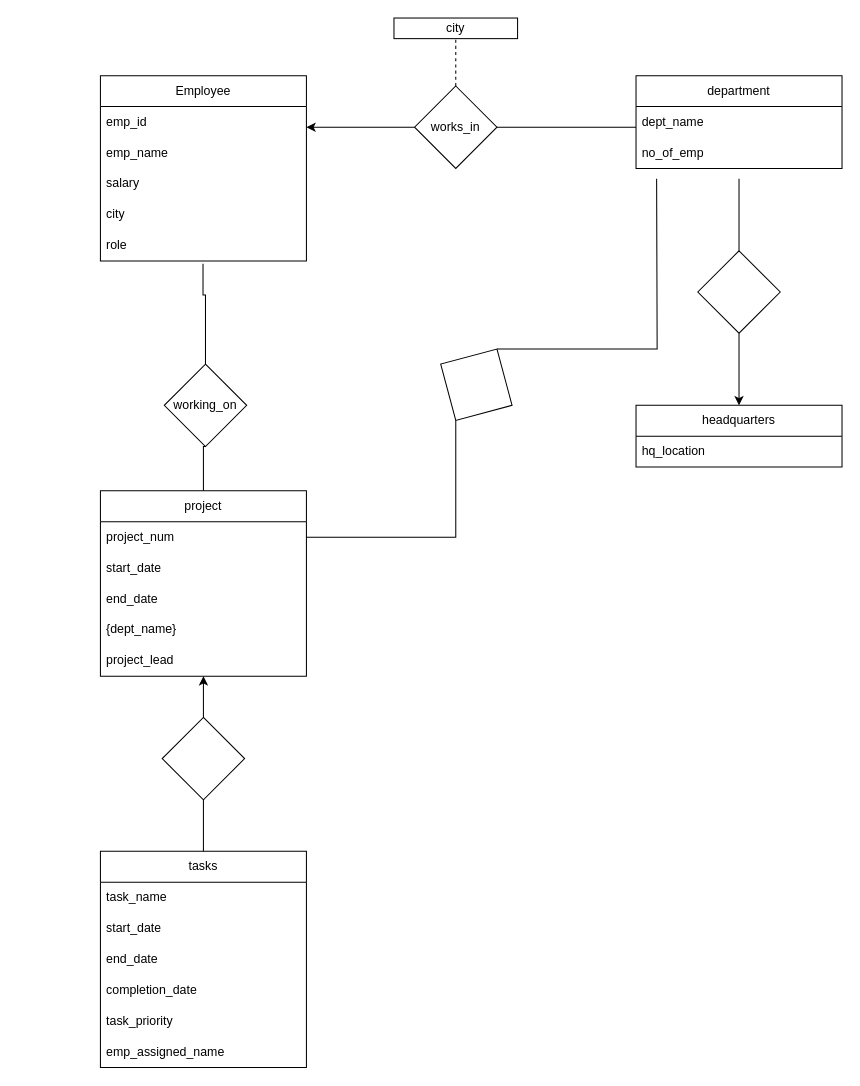
The draw.io diagram Untitled Diagram.drawio in haris-hk/Database-ERD, before the edit. Source tidied: cells renumbered, new cells numbered last; positions are measured from the earlier drawing's top-left corner, leaving out a move shared by most shapes. Both pictures are drawn from the tidied source at 103%, with x=0, y=0 at pixel (100, 18).
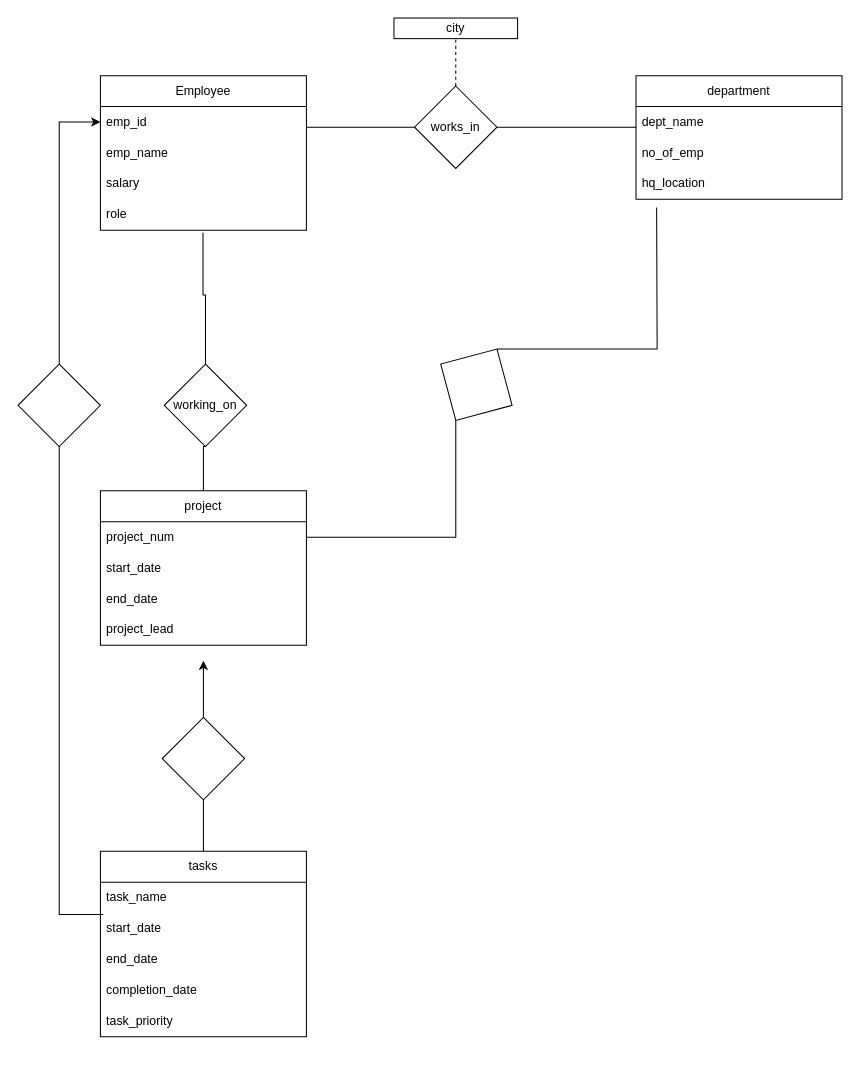
The same page after the edit.

Unchanged cells that the change refers to:
```xml
<mxCell id="3" value="emp_id" style="text;strokeColor=none;fillColor=none;align=left;verticalAlign=middle;spacingLeft=4;spacingRight=4;overflow=hidden;points=[[0,0.5],[1,0.5]];portConstraint=eastwest;whiteSpace=wrap;html=1;" parent="2" vertex="1">
  <mxGeometry y="30" width="200" height="30" as="geometry" />
</mxCell>
<mxCell id="20" value="task_name" style="text;strokeColor=none;fillColor=none;align=left;verticalAlign=middle;spacingLeft=4;spacingRight=4;overflow=hidden;points=[[0,0.5],[1,0.5]];portConstraint=eastwest;whiteSpace=wrap;html=1;" parent="19" vertex="1">
  <mxGeometry y="30" width="200" height="30" as="geometry" />
</mxCell>
<mxCell id="28" style="rhombus;whiteSpace=wrap;html=1;" parent="1" vertex="1">
  <mxGeometry x="60" y="679" width="80" height="80" as="geometry" />
</mxCell>
<mxCell id="34" value="works_in" style="rhombus;whiteSpace=wrap;html=1;" parent="1" vertex="1">
  <mxGeometry x="305" y="66" width="80" height="80" as="geometry" />
</mxCell>
<mxCell id="42" style="rhombus;whiteSpace=wrap;html=1;rotation=30;" parent="1" vertex="1">
  <mxGeometry x="325" y="316" width="80" height="80" as="geometry" />
</mxCell>
```

What changed in the source:
```diff
@@
     <mxCell id="2" value="Employee" style="swimlane;fontStyle=0;horizontal=1;startSize=30;whiteSpace=wrap;html=1;" parent="1" vertex="1">
-      <mxGeometry y="56" width="200" height="180" as="geometry" />
+      <mxGeometry y="56" width="200" height="150" as="geometry" />
     </mxCell>
@@
-    <mxCell id="6" value="city" style="text;strokeColor=none;fillColor=none;align=left;verticalAlign=middle;spacingLeft=4;spacingRight=4;overflow=hidden;whiteSpace=wrap;html=1;" parent="2" vertex="1">
-      <mxGeometry y="120" width="200" height="30" as="geometry" />
-    </mxCell>
     <mxCell id="7" value="role" style="text;strokeColor=none;fillColor=none;align=left;verticalAlign=middle;spacingLeft=4;spacingRight=4;overflow=hidden;points=[[0,0.5],[1,0.5]];portConstraint=eastwest;whiteSpace=wrap;html=1;" parent="2" vertex="1">
-      <mxGeometry y="150" width="200" height="30" as="geometry" />
+      <mxGeometry y="120" width="200" height="30" as="geometry" />
     </mxCell>
     <mxCell id="8" value="project" style="swimlane;fontStyle=0;horizontal=1;startSize=30;whiteSpace=wrap;html=1;" parent="1" vertex="1">
-      <mxGeometry y="459" width="200" height="180" as="geometry" />
+      <mxGeometry y="459" width="200" height="150" as="geometry" />
     </mxCell>
@@
-    <mxCell id="12" value="{dept_name}" style="text;strokeColor=none;fillColor=none;align=left;verticalAlign=middle;spacingLeft=4;spacingRight=4;overflow=hidden;whiteSpace=wrap;html=1;" parent="8" vertex="1">
-      <mxGeometry y="120" width="200" height="30" as="geometry" />
-    </mxCell>
     <mxCell id="13" value="project_lead" style="text;strokeColor=none;fillColor=none;align=left;verticalAlign=middle;spacingLeft=4;spacingRight=4;overflow=hidden;whiteSpace=wrap;html=1;" parent="8" vertex="1">
-      <mxGeometry y="150" width="200" height="30" as="geometry" />
+      <mxGeometry y="120" width="200" height="30" as="geometry" />
     </mxCell>
     <mxCell id="14" value="department" style="swimlane;fontStyle=0;horizontal=1;startSize=30;whiteSpace=wrap;html=1;" parent="1" vertex="1">
-      <mxGeometry x="520" y="56" width="200" height="90" as="geometry" />
+      <mxGeometry x="520" y="56" width="200" height="120" as="geometry" />
     </mxCell>
@@
-    <mxCell id="17" value="headquarters" style="swimlane;fontStyle=0;horizontal=1;startSize=30;whiteSpace=wrap;html=1;" parent="1" vertex="1">
-      <mxGeometry x="520" y="376" width="200" height="60" as="geometry" />
-    </mxCell>
-    <mxCell id="18" value="hq_location" style="text;strokeColor=none;fillColor=none;align=left;verticalAlign=middle;spacingLeft=4;spacingRight=4;overflow=hidden;whiteSpace=wrap;html=1;" parent="17" vertex="1">
-      <mxGeometry y="30" width="200" height="30" as="geometry" />
+    <mxCell id="18" value="hq_location" style="text;strokeColor=none;fillColor=none;align=left;verticalAlign=middle;spacingLeft=4;spacingRight=4;overflow=hidden;whiteSpace=wrap;html=1;" parent="14" vertex="1">
+      <mxGeometry y="90" width="200" height="30" as="geometry" />
     </mxCell>
     <mxCell id="19" value="tasks" style="swimlane;fontStyle=0;horizontal=1;startSize=30;whiteSpace=wrap;html=1;" parent="1" vertex="1">
-      <mxGeometry y="809" width="200" height="210" as="geometry" />
+      <mxGeometry y="809" width="200" height="180" as="geometry" />
     </mxCell>
@@
-    <mxCell id="25" value="emp_assigned_name" style="text;strokeColor=none;fillColor=none;align=left;verticalAlign=middle;spacingLeft=4;spacingRight=4;overflow=hidden;whiteSpace=wrap;html=1;" parent="19" vertex="1">
-      <mxGeometry y="180" width="200" height="30" as="geometry" />
-    </mxCell>
@@
     <mxCell id="27" style="edgeStyle=orthogonalEdgeStyle;rounded=0;jettySize=auto;html=1;exitX=0.5;exitY=0;exitDx=0;exitDy=0;" parent="1" edge="1" source="28">
       <mxGeometry relative="1" as="geometry">
-        <mxPoint x="100" y="639" as="targetPoint" />
+        <mxPoint x="100" y="624" as="targetPoint" />
       </mxGeometry>
     </mxCell>
@@
-    <mxCell id="35" style="edgeStyle=orthogonalEdgeStyle;rounded=0;jettySize=auto;html=1;exitX=0;exitY=0.5;exitDx=0;exitDy=0;" parent="1" edge="1" source="34">
+    <mxCell id="35" style="edgeStyle=orthogonalEdgeStyle;rounded=0;jettySize=auto;html=1;exitX=0;exitY=0.5;exitDx=0;exitDy=0;endArrow=none;endFill=0;" parent="1" edge="1" source="34">
       <mxGeometry relative="1" as="geometry">
         <mxPoint x="200" y="106" as="targetPoint" />
         <Array as="points">
           <mxPoint x="230" y="106" />
           <mxPoint x="230" y="106" />
         </Array>
       </mxGeometry>
     </mxCell>
-    <mxCell id="36" style="edgeStyle=orthogonalEdgeStyle;rounded=0;jettySize=auto;html=1;exitX=0.5;exitY=0;exitDx=0;exitDy=0;endArrow=none;endFill=0;" parent="1" edge="1" source="38">
-      <mxGeometry relative="1" as="geometry">
-        <mxPoint x="620" y="156" as="targetPoint" />
-      </mxGeometry>
-    </mxCell>
-    <mxCell id="37" style="edgeStyle=orthogonalEdgeStyle;rounded=0;jettySize=auto;html=1;exitX=0.5;exitY=1;exitDx=0;exitDy=0;entryX=0.5;entryY=0;entryDx=0;entryDy=0;" parent="1" edge="1" source="38" target="17">
-      <mxGeometry relative="1" as="geometry" />
-    </mxCell>
-    <mxCell id="38" style="rhombus;whiteSpace=wrap;html=1;" parent="1" vertex="1">
-      <mxGeometry x="580" y="226" width="80" height="80" as="geometry" />
-    </mxCell>
@@
     <mxCell id="41" style="edgeStyle=orthogonalEdgeStyle;rounded=0;jettySize=auto;html=1;exitX=0.5;exitY=0;exitDx=0;exitDy=0;endArrow=none;endFill=0;" parent="1" edge="1" source="42">
       <mxGeometry relative="1" as="geometry">
-        <mxPoint x="540" y="156" as="targetPoint" />
+        <mxPoint x="540" y="184" as="targetPoint" />
       </mxGeometry>
     </mxCell>
@@
+    <mxCell id="43" style="edgeStyle=orthogonalEdgeStyle;rounded=0;jettySize=auto;html=1;exitX=0.5;exitY=0;exitDx=0;exitDy=0;entryX=0;entryY=0.5;entryDx=0;entryDy=0;" parent="1" edge="1" source="44" target="3">
+      <mxGeometry relative="1" as="geometry" />
+    </mxCell>
+    <mxCell id="44" style="rhombus;whiteSpace=wrap;html=1;" parent="1" vertex="1">
+      <mxGeometry x="-80" y="336" width="80" height="80" as="geometry" />
+    </mxCell>
+    <mxCell id="45" style="edgeStyle=orthogonalEdgeStyle;rounded=0;jettySize=auto;html=1;exitX=0.5;exitY=1;exitDx=0;exitDy=0;entryX=0.014;entryY=1.044;entryDx=0;entryDy=0;entryPerimeter=0;endArrow=none;endFill=0;" parent="1" edge="1" source="44" target="20">
+      <mxGeometry relative="1" as="geometry" />
+    </mxCell>
```
